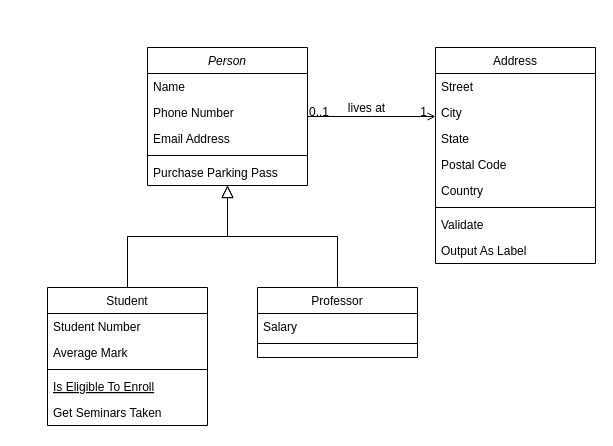
Before: Untitled Diagram.drawio in IrisScarlett/Obt-info, a draw.io diagram. Source tidied: cells renumbered, new cells numbered last; positions are measured from the earlier drawing's top-left corner, leaving out a move shared by most shapes. Both pictures are drawn from the tidied source at 100%, with x=0, y=0 at pixel (47, 47).
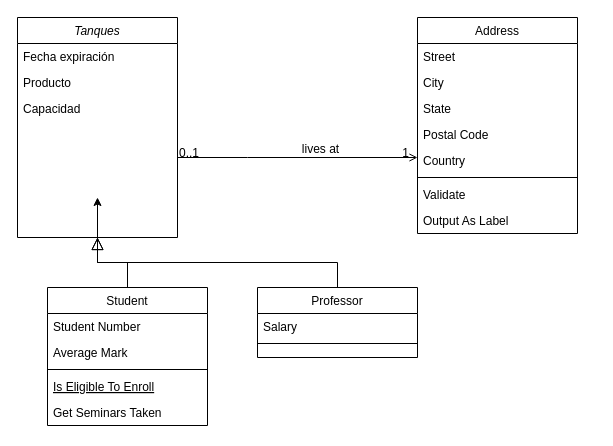
The same page after the edit.

Change to the diagram source:
```diff
@@
+    <mxCell id="32" style="edgeStyle=orthogonalEdgeStyle;rounded=0;jettySize=auto;html=1;exitX=0.5;exitY=1;exitDx=0;exitDy=0;" parent="1" edge="1" source="2">
+      <mxGeometry relative="1" as="geometry">
+        <mxPoint x="50" y="150" as="targetPoint" />
+      </mxGeometry>
+    </mxCell>
-    <mxCell id="2" value="Person" style="swimlane;fontStyle=2;align=center;verticalAlign=top;horizontal=1;startSize=26;rounded=0;shadow=0;strokeWidth=1;" parent="1" vertex="1">
-      <mxGeometry x="100" width="160" height="138" as="geometry" />
+    <mxCell id="2" value="Tanques" style="swimlane;fontStyle=2;align=center;verticalAlign=top;horizontal=1;startSize=26;rounded=0;shadow=0;strokeWidth=1;" parent="1" vertex="1">
+      <mxGeometry x="-30" y="-30" width="160" height="220" as="geometry" />
     </mxCell>
-    <mxCell id="3" value="Name" style="text;align=left;verticalAlign=top;spacingLeft=4;spacingRight=4;overflow=hidden;" parent="2" vertex="1">
+    <mxCell id="3" value="Fecha expiración    " style="text;align=left;verticalAlign=top;spacingLeft=4;spacingRight=4;overflow=hidden;" parent="2" vertex="1">
       <mxGeometry y="26" width="160" height="26" as="geometry" />
     </mxCell>
-    <mxCell id="4" value="Phone Number" style="text;align=left;verticalAlign=top;spacingLeft=4;spacingRight=4;overflow=hidden;rounded=0;shadow=0;html=0;" parent="2" vertex="1">
+    <mxCell id="4" value="Producto" style="text;align=left;verticalAlign=top;spacingLeft=4;spacingRight=4;overflow=hidden;rounded=0;shadow=0;html=0;" parent="2" vertex="1">
       <mxGeometry y="52" width="160" height="26" as="geometry" />
     </mxCell>
-    <mxCell id="5" value="Email Address" style="text;align=left;verticalAlign=top;spacingLeft=4;spacingRight=4;overflow=hidden;rounded=0;shadow=0;html=0;" parent="2" vertex="1">
+    <mxCell id="5" value="Capacidad&#10;" style="text;align=left;verticalAlign=top;spacingLeft=4;spacingRight=4;overflow=hidden;rounded=0;shadow=0;html=0;" parent="2" vertex="1">
       <mxGeometry y="78" width="160" height="26" as="geometry" />
     </mxCell>
-    <mxCell id="6" style="line;html=1;strokeWidth=1;align=left;verticalAlign=middle;spacingTop=-1;spacingLeft=3;spacingRight=3;labelPosition=right;" parent="2" vertex="1">
-      <mxGeometry y="104" width="160" height="8" as="geometry" />
-    </mxCell>
-    <mxCell id="7" value="Purchase Parking Pass" style="text;align=left;verticalAlign=top;spacingLeft=4;spacingRight=4;overflow=hidden;" parent="2" vertex="1">
-      <mxGeometry y="112" width="160" height="26" as="geometry" />
-    </mxCell>
@@
     <mxCell id="19" value="Address" style="swimlane;fontStyle=0;align=center;verticalAlign=top;horizontal=1;startSize=26;rounded=0;shadow=0;strokeWidth=1;" parent="1" vertex="1">
-      <mxGeometry x="388" width="160" height="216" as="geometry" />
+      <mxGeometry x="370" y="-30" width="160" height="216" as="geometry" />
     </mxCell>
@@
     <mxCell id="28" style="endArrow=open;shadow=0;strokeWidth=1;rounded=0;endFill=1;edgeStyle=elbowEdgeStyle;elbow=vertical;" parent="1" edge="1" source="2" target="19">
       <mxGeometry x="0.5" y="41" relative="1" as="geometry">
+        <Array as="points">
+          <mxPoint x="200" y="110" />
+        </Array>
         <mxPoint x="-40" y="32" as="offset" />
       </mxGeometry>
     </mxCell>
```
